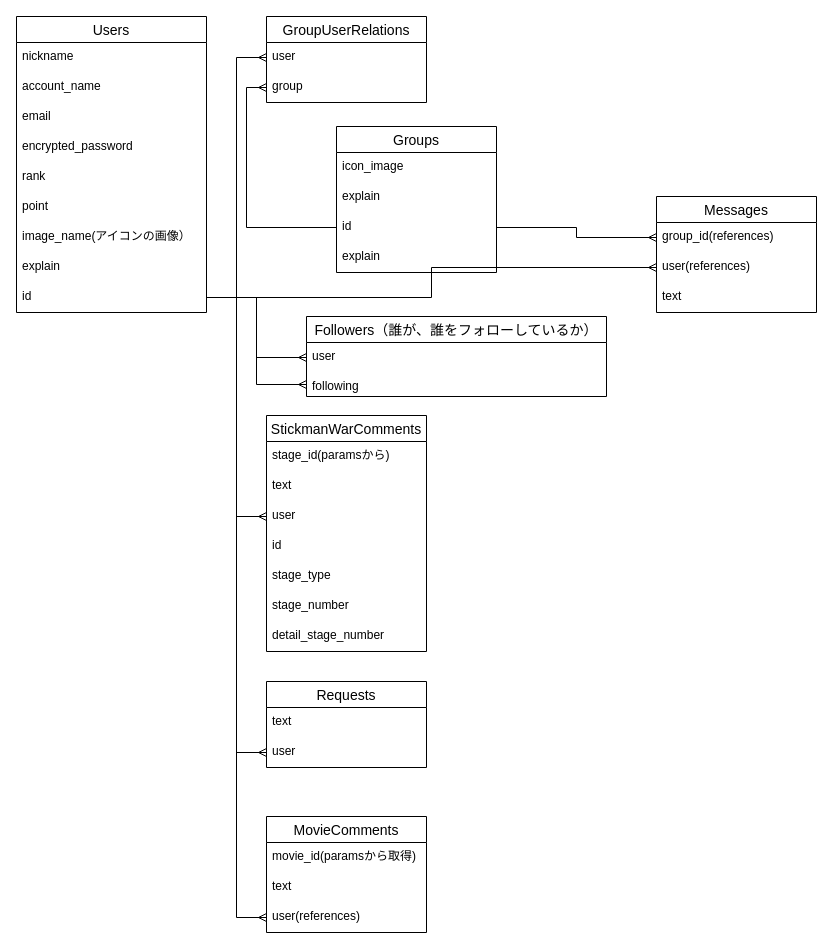
The draw.io diagram database.dio in runba3011/runba_home, before the edit. Source tidied: cells renumbered, new cells numbered last; positions are measured from the earlier drawing's top-left corner, leaving out a move shared by most shapes. Both pictures are drawn from the tidied source at 100%, with x=0, y=0 at pixel (16, 16).
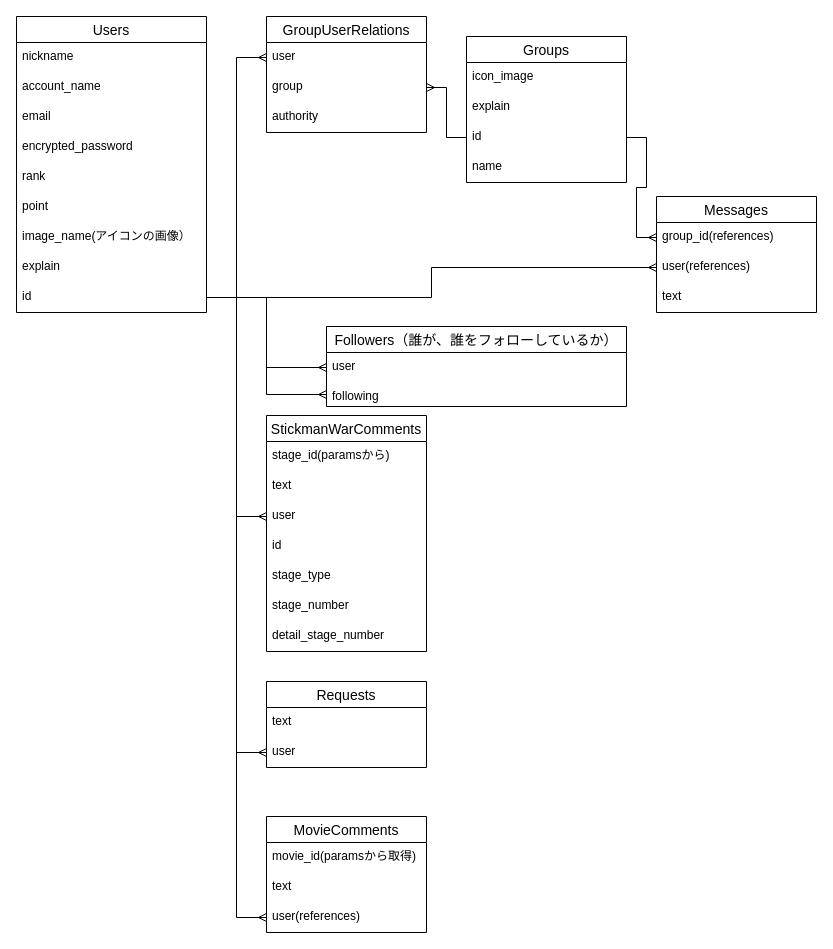
Above is the later version.

Commit message:
データベース設計の修正

Unchanged cells that the change refers to:
```xml
<mxCell id="15" value="id" style="text;strokeColor=none;fillColor=none;spacingLeft=4;spacingRight=4;overflow=hidden;points=[[0,0.5],[1,0.5]];portConstraint=eastwest;fontSize=12;" parent="12" vertex="1">
  <mxGeometry y="86" width="160" height="30" as="geometry" />
</mxCell>
<mxCell id="19" value="group" style="text;strokeColor=none;fillColor=none;spacingLeft=4;spacingRight=4;overflow=hidden;points=[[0,0.5],[1,0.5]];portConstraint=eastwest;fontSize=12;" parent="17" vertex="1">
  <mxGeometry y="56" width="160" height="30" as="geometry" />
</mxCell>
```

Change to the diagram source:
```diff
@@
     <mxCell id="12" value="Groups" style="swimlane;fontStyle=0;horizontal=1;startSize=26;align=center;fontSize=14;" parent="1" vertex="1">
-      <mxGeometry x="320" y="110" width="160" height="146" as="geometry" />
+      <mxGeometry x="450" y="20" width="160" height="146" as="geometry" />
     </mxCell>
@@
-    <mxCell id="16" value="explain" style="text;strokeColor=none;fillColor=none;spacingLeft=4;spacingRight=4;overflow=hidden;fontSize=12;" parent="12" vertex="1">
+    <mxCell id="16" value="name" style="text;strokeColor=none;fillColor=none;spacingLeft=4;spacingRight=4;overflow=hidden;fontSize=12;" parent="12" vertex="1">
       <mxGeometry y="116" width="160" height="30" as="geometry" />
     </mxCell>
     <mxCell id="17" value="GroupUserRelations" style="swimlane;fontStyle=0;horizontal=1;startSize=26;align=center;fontSize=14;" parent="1" vertex="1">
-      <mxGeometry x="250" width="160" height="86" as="geometry" />
+      <mxGeometry x="250" width="160" height="116" as="geometry" />
     </mxCell>
@@
+    <mxCell id="51" value="authority" style="text;strokeColor=none;fillColor=none;spacingLeft=4;spacingRight=4;overflow=hidden;fontSize=12;" parent="17" vertex="1">
+      <mxGeometry y="86" width="160" height="30" as="geometry" />
+    </mxCell>
@@
-    <mxCell id="25" style="edgeStyle=orthogonalEdgeStyle;rounded=0;jettySize=auto;html=1;entryX=0;entryY=0.5;entryDx=0;entryDy=0;endArrow=ERmany;endFill=0;" parent="1" edge="1" source="15" target="19">
+    <mxCell id="25" style="edgeStyle=orthogonalEdgeStyle;rounded=0;jettySize=auto;html=1;entryX=1;entryY=0.5;entryDx=0;entryDy=0;endArrow=ERmany;endFill=0;" parent="1" edge="1" source="15" target="19">
       <mxGeometry relative="1" as="geometry" />
     </mxCell>
@@
     <mxCell id="27" value="Followers（誰が、誰をフォローしているか）" style="swimlane;fontStyle=0;horizontal=1;startSize=26;align=center;fontSize=14;" parent="1" vertex="1">
-      <mxGeometry x="290" y="300" width="300" height="80" as="geometry" />
+      <mxGeometry x="310" y="310" width="300" height="80" as="geometry" />
     </mxCell>
```
